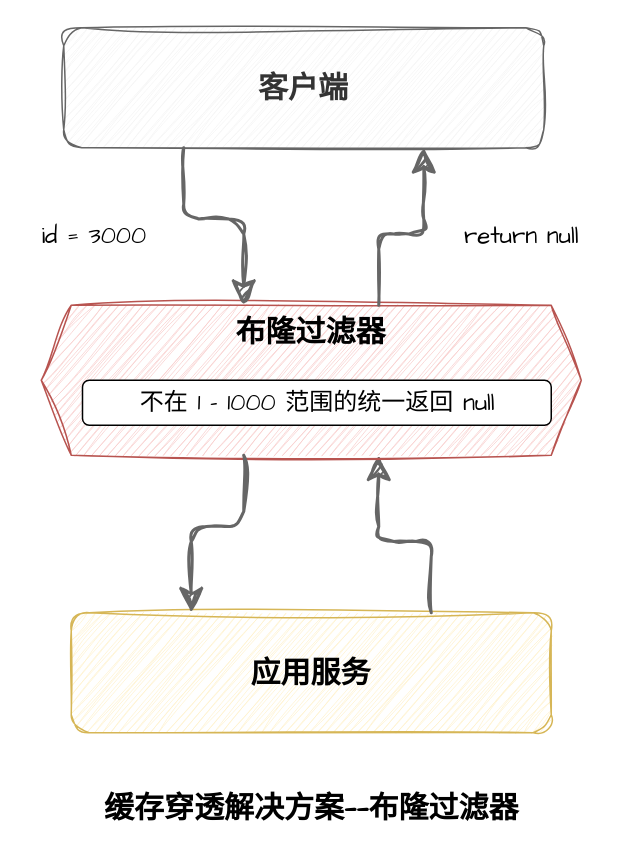
Before: page "缓存穿透2" (7 of 7) of assets/分布式/分布式存储/分布式缓存/缓存架构.drawio in dunwu/waterdrop, a draw.io diagram. Source tidied: cells renumbered, new cells numbered last; positions are measured from the earlier drawing's top-left corner, leaving out a move shared by most shapes. Both pictures are drawn from the tidied source at 150%, with x=0, y=0 at pixel (26, 27).
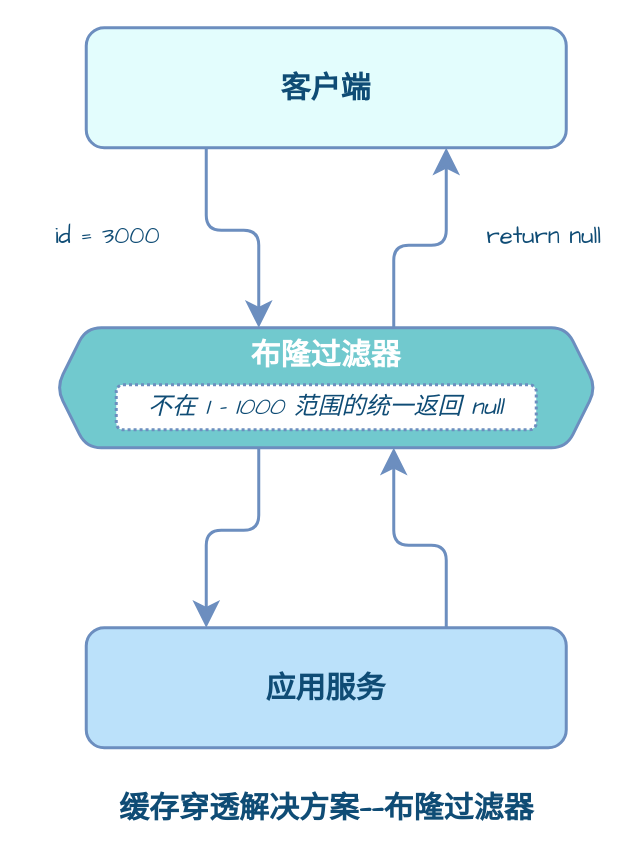
After the change.

The edit, as a diff of the source:
```diff
@@
 <mxGraphModel>
   <root>
     <mxCell id="0" />
     <mxCell id="1" parent="0" />
-    <mxCell id="2" value="缓存穿透解决方案——布隆过滤器" style="text;html=1;align=center;verticalAlign=middle;strokeColor=none;fillColor=none;fontSize=20;fontFamily=Architects Daughter;fontStyle=1;" parent="1" vertex="1">
-      <mxGeometry x="40" y="500" width="300" height="40" as="geometry" />
+    <mxCell id="2" value="缓存穿透解决方案——布隆过滤器" style="text;html=1;align=center;verticalAlign=middle;strokeColor=none;fillColor=none;fontSize=20;fontFamily=Comic Sans MS;fontStyle=1;fontColor=#0F4C75;" parent="1" vertex="1">
+      <mxGeometry x="40" y="500" width="320" height="40" as="geometry" />
     </mxCell>
-    <mxCell id="3" style="group;" parent="1" vertex="1">
-      <mxGeometry width="380" height="470" as="geometry" />
-    </mxCell>
-    <mxCell id="4" value="应用服务" style="rounded=1;whiteSpace=wrap;html=1;sketch=1;hachureGap=4;jiggle=2;curveFitting=1;fontFamily=Architects Daughter;fontSize=20;fontStyle=1;fillColor=#fff2cc;strokeColor=#d6b656;" parent="3" vertex="1">
-      <mxGeometry x="30" y="390" width="320" height="80" as="geometry" />
+    <mxCell id="4" value="应用服务" style="rounded=1;whiteSpace=wrap;html=1;hachureGap=4;fontFamily=Comic Sans MS;fontSize=20;fontStyle=1;fillColor=#BBE1FA;strokeColor=#6C8EBF;strokeWidth=2;fontColor=#0F4C75;" parent="1" vertex="1">
+      <mxGeometry x="40" y="400" width="320" height="80" as="geometry" />
     </mxCell>
-    <mxCell id="5" style="edgeStyle=orthogonalEdgeStyle;sketch=1;hachureGap=4;jiggle=2;curveFitting=1;jettySize=auto;html=1;exitX=0.75;exitY=0;exitDx=0;exitDy=0;entryX=0.625;entryY=1;entryDx=0;entryDy=0;fontFamily=Architects Daughter;fontSize=16;endSize=12;startSize=12;fillColor=#f5f5f5;strokeColor=#666666;strokeWidth=2;rounded=1;" parent="3" edge="1" source="4" target="9">
+    <mxCell id="5" style="edgeStyle=orthogonalEdgeStyle;hachureGap=4;jettySize=auto;html=1;exitX=0.75;exitY=0;exitDx=0;exitDy=0;entryX=0.625;entryY=1;entryDx=0;entryDy=0;fontFamily=Comic Sans MS;fontSize=16;endSize=12;startSize=12;fillColor=#f5f5f5;strokeColor=#6C8EBF;strokeWidth=2;rounded=1;fontColor=#0F4C75;" parent="1" edge="1" source="4" target="9">
       <mxGeometry relative="1" as="geometry" />
     </mxCell>
-    <mxCell id="6" value="客户端" style="rounded=1;whiteSpace=wrap;html=1;sketch=1;hachureGap=4;jiggle=2;curveFitting=1;fontFamily=Architects Daughter;fontSize=20;fontStyle=1;fillColor=#f5f5f5;strokeColor=#666666;fontColor=#333333;" parent="3" vertex="1">
-      <mxGeometry x="25" width="320" height="80" as="geometry" />
+    <mxCell id="6" value="客户端" style="rounded=1;whiteSpace=wrap;html=1;hachureGap=4;fontFamily=Comic Sans MS;fontSize=20;fontStyle=1;fillColor=#E3FDFD;strokeColor=#6C8EBF;fontColor=#0F4C75;strokeWidth=2;" parent="1" vertex="1">
+      <mxGeometry x="40" width="320" height="80" as="geometry" />
     </mxCell>
-    <mxCell id="7" value="&lt;div style=&quot;font-size: 16px;&quot;&gt;id = 3000&lt;/div&gt;" style="text;html=1;align=center;verticalAlign=middle;strokeColor=none;fillColor=none;fontSize=16;fontFamily=Architects Daughter;" parent="3" vertex="1">
-      <mxGeometry y="124" width="90" height="30" as="geometry" />
+    <mxCell id="7" value="&lt;div style=&quot;font-size: 16px;&quot;&gt;id = 3000&lt;/div&gt;" style="text;html=1;align=center;verticalAlign=middle;strokeColor=none;fillColor=none;fontSize=16;fontFamily=Comic Sans MS;fontColor=#0F4C75;" parent="1" vertex="1">
+      <mxGeometry x="9" y="124" width="90" height="30" as="geometry" />
     </mxCell>
-    <mxCell id="8" value="&lt;div style=&quot;font-size: 16px;&quot;&gt;return&amp;nbsp;&lt;span style=&quot;background-color: initial; font-size: 16px;&quot;&gt;null&lt;/span&gt;&lt;/div&gt;" style="text;html=1;align=center;verticalAlign=middle;strokeColor=none;fillColor=none;fontSize=16;fontFamily=Architects Daughter;" parent="3" vertex="1">
-      <mxGeometry x="280" y="124" width="100" height="30" as="geometry" />
+    <mxCell id="8" value="&lt;div style=&quot;font-size: 16px;&quot;&gt;return&amp;nbsp;&lt;span style=&quot;background-color: initial; font-size: 16px;&quot;&gt;null&lt;/span&gt;&lt;/div&gt;" style="text;html=1;align=center;verticalAlign=middle;strokeColor=none;fillColor=none;fontSize=16;fontFamily=Comic Sans MS;fontColor=#0F4C75;" parent="1" vertex="1">
+      <mxGeometry x="295" y="124" width="100" height="30" as="geometry" />
     </mxCell>
-    <mxCell id="9" value="布隆过滤器" style="shape=hexagon;perimeter=hexagonPerimeter2;whiteSpace=wrap;html=1;fixedSize=1;sketch=1;hachureGap=4;jiggle=2;curveFitting=1;fontFamily=Architects Daughter;fontSize=20;fontStyle=1;verticalAlign=top;fillColor=#f8cecc;strokeColor=#b85450;" parent="3" vertex="1">
-      <mxGeometry x="10" y="185" width="360" height="100" as="geometry" />
+    <mxCell id="9" value="布隆过滤器" style="shape=hexagon;perimeter=hexagonPerimeter2;whiteSpace=wrap;html=1;fixedSize=1;hachureGap=4;fontFamily=Comic Sans MS;fontSize=20;fontStyle=1;verticalAlign=top;fillColor=#71C9CE;strokeColor=#6C8EBF;strokeWidth=2;rounded=1;fontColor=#FFFFFF;" parent="1" vertex="1">
+      <mxGeometry x="20" y="200" width="360" height="80" as="geometry" />
     </mxCell>
-    <mxCell id="10" style="edgeStyle=orthogonalEdgeStyle;sketch=1;hachureGap=4;jiggle=2;curveFitting=1;jettySize=auto;html=1;exitX=0.375;exitY=1;exitDx=0;exitDy=0;entryX=0.25;entryY=0;entryDx=0;entryDy=0;fontFamily=Architects Daughter;fontSize=16;endSize=12;startSize=12;fillColor=#f5f5f5;strokeColor=#666666;strokeWidth=2;rounded=1;" parent="3" edge="1" source="9" target="4">
+    <mxCell id="10" style="edgeStyle=orthogonalEdgeStyle;hachureGap=4;jettySize=auto;html=1;exitX=0.375;exitY=1;exitDx=0;exitDy=0;entryX=0.25;entryY=0;entryDx=0;entryDy=0;fontFamily=Comic Sans MS;fontSize=16;endSize=12;startSize=12;fillColor=#f5f5f5;strokeColor=#6C8EBF;strokeWidth=2;rounded=1;fontColor=#0F4C75;" parent="1" edge="1" source="9" target="4">
       <mxGeometry relative="1" as="geometry" />
     </mxCell>
-    <mxCell id="11" style="edgeStyle=orthogonalEdgeStyle;sketch=1;hachureGap=4;jiggle=2;curveFitting=1;jettySize=auto;html=1;exitX=0.625;exitY=0;exitDx=0;exitDy=0;entryX=0.75;entryY=1;entryDx=0;entryDy=0;fontFamily=Architects Daughter;fontSize=16;endSize=12;startSize=12;fillColor=#f5f5f5;strokeColor=#666666;strokeWidth=2;rounded=1;" parent="3" edge="1" source="9" target="6">
+    <mxCell id="11" style="edgeStyle=orthogonalEdgeStyle;hachureGap=4;jettySize=auto;html=1;exitX=0.625;exitY=0;exitDx=0;exitDy=0;entryX=0.75;entryY=1;entryDx=0;entryDy=0;fontFamily=Comic Sans MS;fontSize=16;endSize=12;startSize=12;fillColor=#f5f5f5;strokeColor=#6C8EBF;strokeWidth=2;rounded=1;fontColor=#0F4C75;" parent="1" edge="1" source="9" target="6">
       <mxGeometry relative="1" as="geometry" />
     </mxCell>
-    <mxCell id="12" style="edgeStyle=orthogonalEdgeStyle;sketch=1;hachureGap=4;jiggle=2;curveFitting=1;jettySize=auto;html=1;exitX=0.25;exitY=1;exitDx=0;exitDy=0;entryX=0.375;entryY=0;entryDx=0;entryDy=0;fontFamily=Architects Daughter;fontSize=16;endSize=12;startSize=12;fillColor=#f5f5f5;strokeColor=#666666;strokeWidth=2;rounded=1;" parent="3" edge="1" source="6" target="9">
+    <mxCell id="12" style="edgeStyle=orthogonalEdgeStyle;hachureGap=4;jettySize=auto;html=1;exitX=0.25;exitY=1;exitDx=0;exitDy=0;entryX=0.375;entryY=0;entryDx=0;entryDy=0;fontFamily=Comic Sans MS;fontSize=16;endSize=12;startSize=12;fillColor=#f5f5f5;strokeColor=#6C8EBF;strokeWidth=2;rounded=1;fontColor=#0F4C75;" parent="1" edge="1" source="6" target="9">
       <mxGeometry relative="1" as="geometry" />
     </mxCell>
-    <mxCell id="13" value="不在 1 - 1000 范围的统一返回 null" style="rounded=1;whiteSpace=wrap;html=1;hachureGap=4;fontFamily=Architects Daughter;fontSize=16;fontStyle=0;" parent="3" vertex="1">
-      <mxGeometry x="37.5" y="235" width="312.5" height="30" as="geometry" />
+    <mxCell id="13" value="不在 1 - 1000 范围的统一返回 null" style="rounded=1;whiteSpace=wrap;html=1;hachureGap=4;fontFamily=Comic Sans MS;fontSize=16;fontStyle=2;strokeWidth=2;strokeColor=#6C8EBF;fontColor=#0F4C75;dashed=1;dashPattern=1 1;" parent="1" vertex="1">
+      <mxGeometry x="60" y="238" width="280" height="30" as="geometry" />
     </mxCell>
   </root>
 </mxGraphModel>
```
